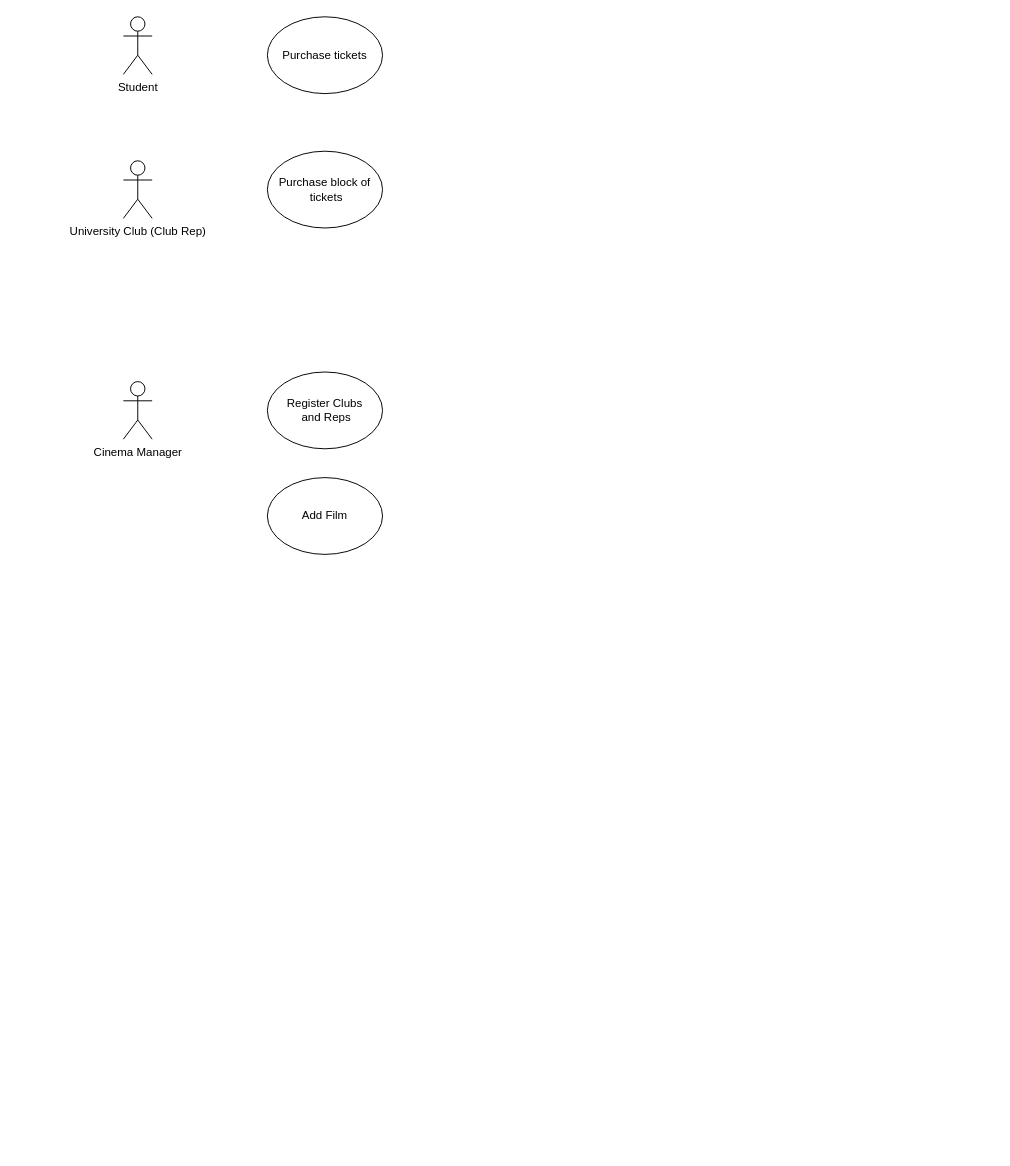
Before: diagrams/uwe-flix-useCase.drawio in je-vargas/django--uwe--flix--es--13, a draw.io diagram. Source tidied: cells renumbered, new cells numbered last; positions are measured from the earlier drawing's top-left corner, leaving out a move shared by most shapes. Both pictures are drawn from the tidied source at 96%, with x=0, y=0 at pixel (123, 16).
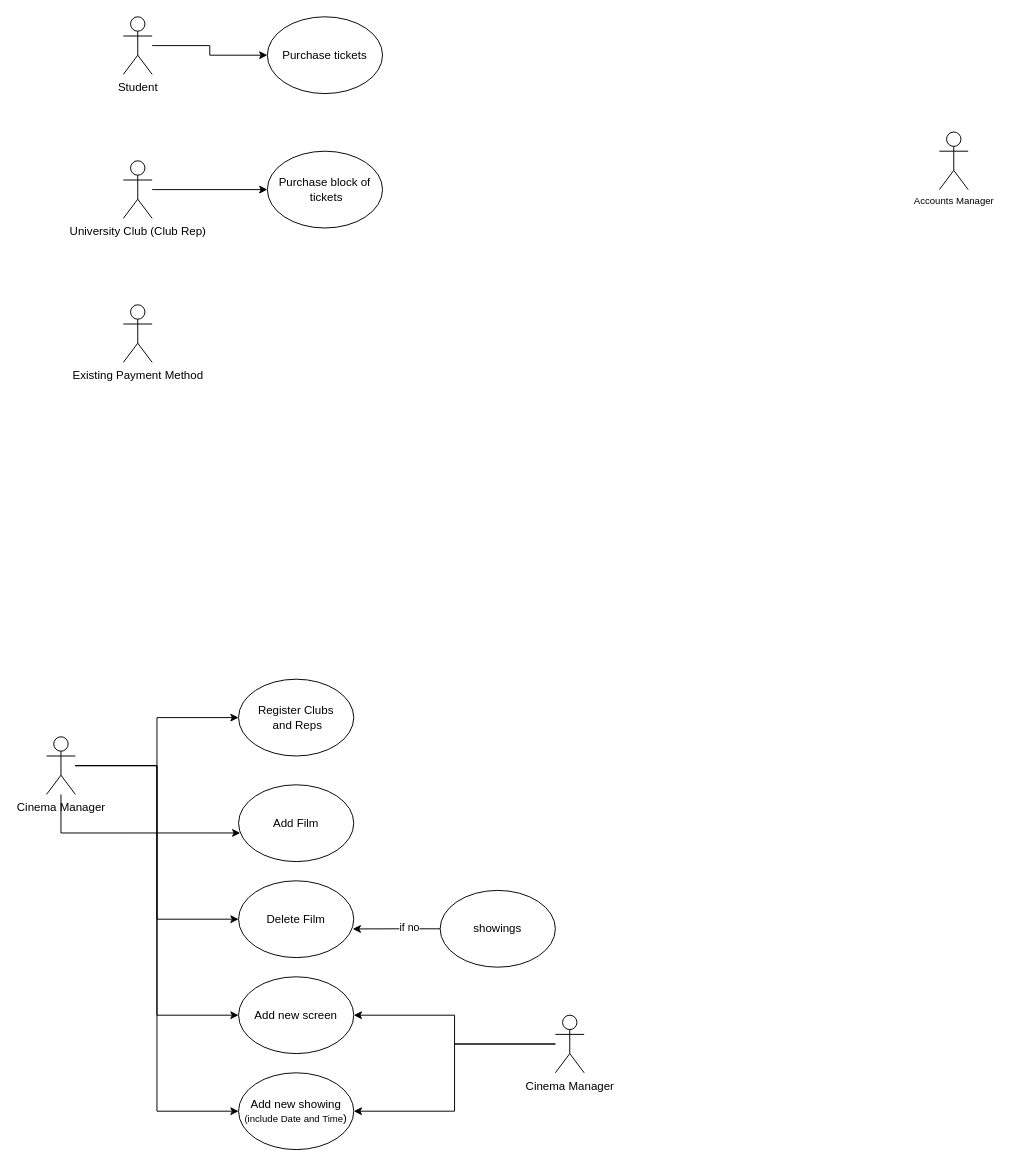
The same diagram, later.

Unchanged cells that the change refers to:
```xml
<mxCell id="2" value="Student&lt;br&gt;" style="shape=umlActor;verticalLabelPosition=bottom;verticalAlign=top;html=1;outlineConnect=0;" parent="1" vertex="1">
  <mxGeometry width="30" height="60" as="geometry" />
</mxCell>
<mxCell id="4" value="University Club (Club Rep)" style="shape=umlActor;verticalLabelPosition=bottom;verticalAlign=top;html=1;outlineConnect=0;" parent="1" vertex="1">
  <mxGeometry y="150" width="30" height="60" as="geometry" />
</mxCell>
<mxCell id="5" value="Purchase tickets" style="ellipse;whiteSpace=wrap;html=1;" parent="1" vertex="1">
  <mxGeometry x="150" width="120" height="80" as="geometry" />
</mxCell>
<mxCell id="6" value="Purchase block of&lt;br&gt;&amp;nbsp;tickets" style="ellipse;whiteSpace=wrap;html=1;" parent="1" vertex="1">
  <mxGeometry x="150" y="140" width="120" height="80" as="geometry" />
</mxCell>
```

Change to the diagram source:
```diff
@@
+    <mxCell id="9" style="edgeStyle=orthogonalEdgeStyle;rounded=0;jettySize=auto;html=1;" parent="1" edge="1" source="2" target="5">
+      <mxGeometry relative="1" as="geometry" />
+    </mxCell>
@@
+    <mxCell id="10" style="edgeStyle=orthogonalEdgeStyle;rounded=0;jettySize=auto;html=1;" parent="1" edge="1" source="3" target="7">
+      <mxGeometry relative="1" as="geometry" />
+    </mxCell>
+    <mxCell id="11" style="edgeStyle=orthogonalEdgeStyle;rounded=0;jettySize=auto;html=1;entryX=0.015;entryY=0.627;entryDx=0;entryDy=0;entryPerimeter=0;" parent="1" edge="1" source="3" target="8">
+      <mxGeometry relative="1" as="geometry">
+        <Array as="points">
+          <mxPoint x="-65" y="850" />
+        </Array>
+      </mxGeometry>
+    </mxCell>
+    <mxCell id="12" style="edgeStyle=orthogonalEdgeStyle;rounded=0;jettySize=auto;html=1;entryX=0;entryY=0.5;entryDx=0;entryDy=0;" parent="1" edge="1" source="3" target="16">
+      <mxGeometry relative="1" as="geometry" />
+    </mxCell>
+    <mxCell id="13" style="edgeStyle=orthogonalEdgeStyle;rounded=0;jettySize=auto;html=1;entryX=0;entryY=0.5;entryDx=0;entryDy=0;fontSize=10;" parent="1" edge="1" source="3" target="21">
+      <mxGeometry relative="1" as="geometry" />
+    </mxCell>
+    <mxCell id="14" style="edgeStyle=orthogonalEdgeStyle;rounded=0;jettySize=auto;html=1;entryX=0;entryY=0.5;entryDx=0;entryDy=0;fontSize=10;" parent="1" edge="1" source="3" target="22">
+      <mxGeometry relative="1" as="geometry" />
+    </mxCell>
     <mxCell id="3" value="Cinema Manager&lt;br&gt;" style="shape=umlActor;verticalLabelPosition=bottom;verticalAlign=top;html=1;outlineConnect=0;" parent="1" vertex="1">
-      <mxGeometry y="380" width="30" height="60" as="geometry" />
+      <mxGeometry x="-80" y="750" width="30" height="60" as="geometry" />
     </mxCell>
+    <mxCell id="15" style="edgeStyle=orthogonalEdgeStyle;rounded=0;jettySize=auto;html=1;" parent="1" edge="1" source="4" target="6">
+      <mxGeometry relative="1" as="geometry" />
+    </mxCell>
@@
     <mxCell id="7" value="Register Clubs&lt;br&gt;&amp;nbsp;and Reps" style="ellipse;whiteSpace=wrap;html=1;" parent="1" vertex="1">
-      <mxGeometry x="150" y="370" width="120" height="80" as="geometry" />
+      <mxGeometry x="120" y="690" width="120" height="80" as="geometry" />
     </mxCell>
     <mxCell id="8" value="Add Film" style="ellipse;whiteSpace=wrap;html=1;" parent="1" vertex="1">
-      <mxGeometry x="150" y="480" width="120" height="80" as="geometry" />
+      <mxGeometry x="120" y="800" width="120" height="80" as="geometry" />
     </mxCell>
+    <mxCell id="16" value="Delete Film" style="ellipse;whiteSpace=wrap;html=1;" parent="1" vertex="1">
+      <mxGeometry x="120" y="900" width="120" height="80" as="geometry" />
+    </mxCell>
+    <mxCell id="17" value="Existing Payment Method" style="shape=umlActor;verticalLabelPosition=bottom;verticalAlign=top;html=1;" parent="1" vertex="1">
+      <mxGeometry y="300" width="30" height="60" as="geometry" />
+    </mxCell>
+    <mxCell id="18" style="edgeStyle=orthogonalEdgeStyle;rounded=0;jettySize=auto;html=1;exitX=0;exitY=0.5;exitDx=0;exitDy=0;entryX=0.991;entryY=0.627;entryDx=0;entryDy=0;entryPerimeter=0;" parent="1" edge="1" source="20" target="16">
+      <mxGeometry relative="1" as="geometry" />
+    </mxCell>
+    <mxCell id="19" value="if no" style="edgeLabel;html=1;align=center;verticalAlign=middle;" parent="18" vertex="1">
+      <mxGeometry x="-0.26" y="-2" relative="1" as="geometry">
+        <mxPoint x="1" as="offset" />
+      </mxGeometry>
+    </mxCell>
+    <mxCell id="20" value="showings" style="ellipse;whiteSpace=wrap;html=1;" parent="1" vertex="1">
+      <mxGeometry x="330" y="910" width="120" height="80" as="geometry" />
+    </mxCell>
+    <mxCell id="21" value="Add new screen" style="ellipse;whiteSpace=wrap;html=1;" parent="1" vertex="1">
+      <mxGeometry x="120" y="1000" width="120" height="80" as="geometry" />
+    </mxCell>
+    <mxCell id="22" value="Add new showing&lt;br&gt;&lt;font style=&quot;font-size: 10px&quot;&gt;(include Date and Time&lt;/font&gt;)" style="ellipse;whiteSpace=wrap;html=1;" parent="1" vertex="1">
+      <mxGeometry x="120" y="1100" width="120" height="80" as="geometry" />
+    </mxCell>
+    <mxCell id="23" style="edgeStyle=orthogonalEdgeStyle;rounded=0;jettySize=auto;html=1;entryX=1;entryY=0.5;entryDx=0;entryDy=0;fontSize=10;" parent="1" edge="1" source="25" target="21">
+      <mxGeometry relative="1" as="geometry" />
+    </mxCell>
+    <mxCell id="24" style="edgeStyle=orthogonalEdgeStyle;rounded=0;jettySize=auto;html=1;entryX=1;entryY=0.5;entryDx=0;entryDy=0;fontSize=10;" parent="1" edge="1" source="25" target="22">
+      <mxGeometry relative="1" as="geometry" />
+    </mxCell>
+    <mxCell id="25" value="Cinema Manager&lt;br&gt;" style="shape=umlActor;verticalLabelPosition=bottom;verticalAlign=top;html=1;outlineConnect=0;" parent="1" vertex="1">
+      <mxGeometry x="450" y="1040" width="30" height="60" as="geometry" />
+    </mxCell>
+    <mxCell id="26" value="Accounts Manager" style="shape=umlActor;verticalLabelPosition=bottom;verticalAlign=top;html=1;fontSize=10;" parent="1" vertex="1">
+      <mxGeometry x="850" y="120" width="30" height="60" as="geometry" />
+    </mxCell>
```
